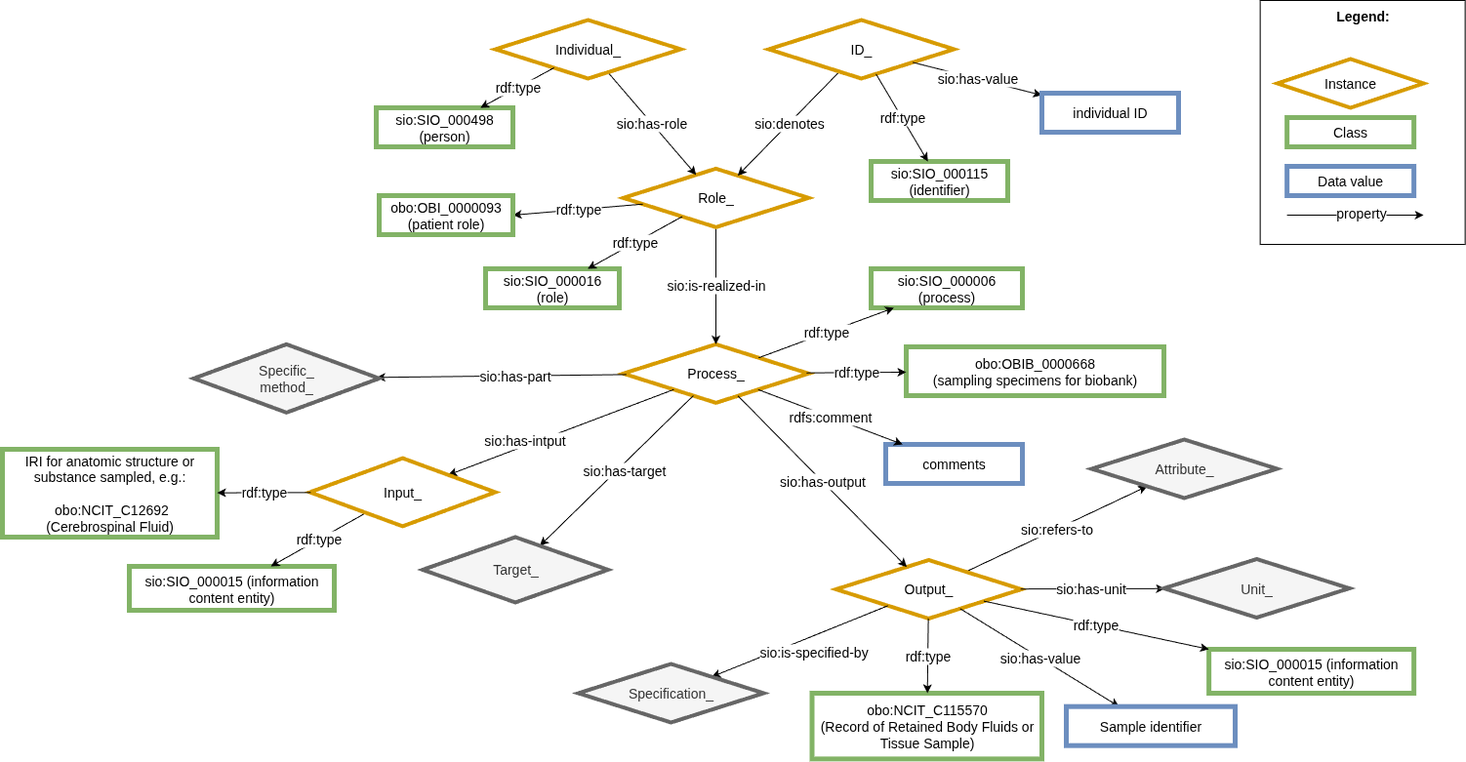
This is images/CARE-SM-Biobank.drawio.png from CARE-SM/CARE-Semantic-Model, a draw.io export, as it was before one commit. Source tidied: cells renumbered, new cells last; positions are measured from the earlier drawing's top-left corner, leaving out a move shared by most shapes.
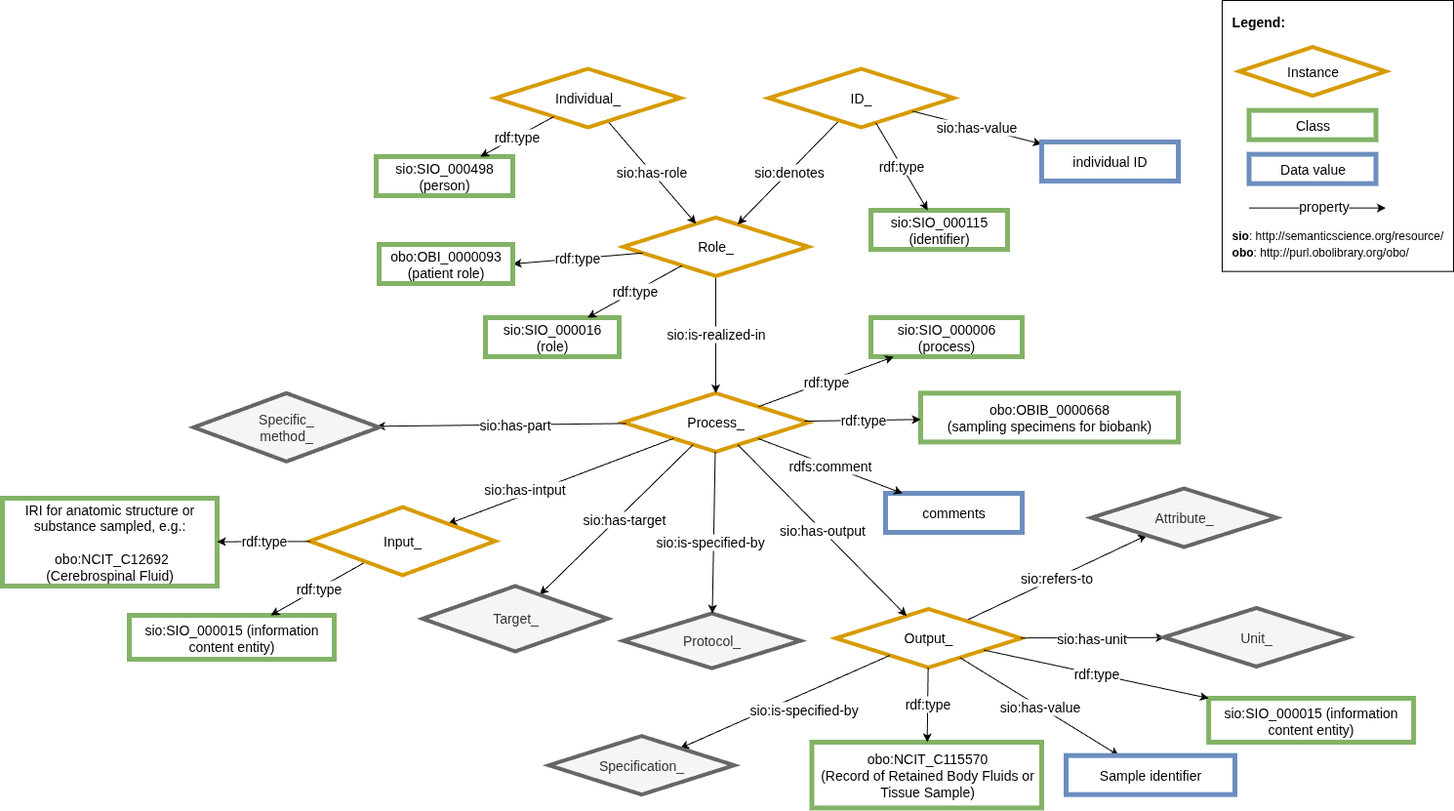
The same file after the commit.

Diff of the diagram source:
```diff
@@ -64,7 +64,7 @@
       </mxGeometry>
     </mxCell>
     <mxCell id="21" value="Specification_" style="rhombus;whiteSpace=wrap;html=1;fillColor=#f5f5f5;strokeColor=#666666;perimeter=rhombusPerimeter;arcSize=20;comic=0;enumerate=0;strokeWidth=4;rounded=0;fontSize=14;fontColor=#333333;" parent="1" vertex="1">
-      <mxGeometry x="590" y="680" width="190" height="60" as="geometry" />
+      <mxGeometry x="560" y="703.7" width="190" height="60" as="geometry" />
     </mxCell>
     <mxCell id="22" style="edgeStyle=none;rounded=0;jettySize=auto;html=1;fontSize=14;" parent="1" edge="1" source="3" target="48">
       <mxGeometry relative="1" as="geometry" />
@@ -74,24 +74,6 @@
         <mxPoint x="13" y="-1" as="offset" />
       </mxGeometry>
     </mxCell>
-    <mxCell id="24" value="&lt;div style=&quot;text-align: left; font-size: 14px;&quot;&gt;&lt;span style=&quot;background-color: initial; font-size: 14px;&quot;&gt;&lt;b style=&quot;font-size: 14px;&quot;&gt;&lt;font style=&quot;font-size: 14px;&quot;&gt;Legend:&lt;/font&gt;&lt;/b&gt;&lt;/span&gt;&lt;/div&gt;&lt;div style=&quot;text-align: left; font-size: 14px;&quot;&gt;&lt;span style=&quot;background-color: initial; font-size: 14px;&quot;&gt;&lt;br style=&quot;font-size: 14px;&quot;&gt;&lt;/span&gt;&lt;/div&gt;&lt;div style=&quot;text-align: left; font-size: 14px;&quot;&gt;&lt;span style=&quot;background-color: initial; font-size: 14px;&quot;&gt;&lt;br style=&quot;font-size: 14px;&quot;&gt;&lt;/span&gt;&lt;/div&gt;&lt;div style=&quot;text-align: left; font-size: 14px;&quot;&gt;&lt;span style=&quot;background-color: initial; font-size: 14px;&quot;&gt;&lt;br style=&quot;font-size: 14px;&quot;&gt;&lt;/span&gt;&lt;/div&gt;&lt;div style=&quot;text-align: left; font-size: 14px;&quot;&gt;&lt;br style=&quot;font-size: 14px;&quot;&gt;&lt;/div&gt;&lt;div style=&quot;text-align: left; font-size: 14px;&quot;&gt;&lt;br style=&quot;font-size: 14px;&quot;&gt;&lt;/div&gt;&lt;div style=&quot;text-align: left; font-size: 14px;&quot;&gt;&lt;br style=&quot;font-size: 14px;&quot;&gt;&lt;/div&gt;&lt;div style=&quot;text-align: left; font-size: 14px;&quot;&gt;&lt;br style=&quot;font-size: 14px;&quot;&gt;&lt;/div&gt;&lt;div style=&quot;text-align: left; font-size: 14px;&quot;&gt;&lt;br style=&quot;font-size: 14px;&quot;&gt;&lt;/div&gt;&lt;div style=&quot;text-align: left; font-size: 14px;&quot;&gt;&lt;span style=&quot;background-color: initial; font-size: 14px;&quot;&gt;&lt;br style=&quot;font-size: 14px;&quot;&gt;&lt;/span&gt;&lt;/div&gt;&lt;div style=&quot;text-align: left; font-size: 14px;&quot;&gt;&lt;span style=&quot;background-color: initial; font-size: 14px;&quot;&gt;&lt;br style=&quot;font-size: 14px;&quot;&gt;&lt;/span&gt;&lt;/div&gt;&lt;div style=&quot;text-align: left; font-size: 14px;&quot;&gt;&lt;span style=&quot;background-color: initial; font-size: 14px;&quot;&gt;&lt;br style=&quot;font-size: 14px;&quot;&gt;&lt;/span&gt;&lt;/div&gt;&lt;div style=&quot;text-align: left; font-size: 14px;&quot;&gt;&lt;span style=&quot;background-color: initial; font-size: 14px;&quot;&gt;&lt;br style=&quot;font-size: 14px;&quot;&gt;&lt;/span&gt;&lt;/div&gt;&lt;div style=&quot;text-align: left; font-size: 14px;&quot;&gt;&lt;span style=&quot;background-color: initial; font-size: 14px;&quot;&gt;&lt;br style=&quot;font-size: 14px;&quot;&gt;&lt;/span&gt;&lt;/div&gt;" style="rounded=0;whiteSpace=wrap;html=1;fontSize=14;" parent="1" vertex="1">
-      <mxGeometry x="1288.6" width="210" height="250" as="geometry" />
-    </mxCell>
-    <mxCell id="25" value="Class" style="whiteSpace=wrap;html=1;fillColor=#FFFFFF;strokeColor=#82b366;strokeWidth=5;fontSize=14;" parent="1" vertex="1">
-      <mxGeometry x="1316.1" y="120" width="130" height="30" as="geometry" />
-    </mxCell>
-    <mxCell id="26" value="Instance" style="rhombus;whiteSpace=wrap;html=1;fillColor=#FFFFFF;strokeColor=#D79B00;rotation=0;perimeter=rhombusPerimeter;arcSize=20;comic=0;enumerate=0;strokeWidth=4;rounded=0;fontSize=14;" parent="1" vertex="1">
-      <mxGeometry x="1306.1" y="60" width="150" height="50" as="geometry" />
-    </mxCell>
-    <mxCell id="27" value="Data value" style="whiteSpace=wrap;html=1;fillColor=#FFFFFF;strokeColor=#6c8ebf;strokeWidth=5;fontSize=14;" parent="1" vertex="1">
-      <mxGeometry x="1316.1" y="170" width="130" height="30" as="geometry" />
-    </mxCell>
-    <mxCell id="28" value="property" style="rounded=0;orthogonalLoop=1;jettySize=auto;html=1;exitX=1;exitY=1;exitDx=0;exitDy=0;fontSize=14;" parent="1" edge="1">
-      <mxGeometry x="0.09" y="2" relative="1" as="geometry">
-        <mxPoint x="1316.1" y="220" as="sourcePoint" />
-        <mxPoint x="1456.1" y="220" as="targetPoint" />
-      </mxGeometry>
-    </mxCell>
     <mxCell id="29" value="rdf:type" style="edgeStyle=none;rounded=0;jettySize=auto;html=1;fontSize=14;" parent="1" edge="1" source="12" target="16">
       <mxGeometry relative="1" as="geometry" />
     </mxCell>
@@ -139,7 +121,7 @@
       <mxGeometry x="1065" y="95" width="140" height="40" as="geometry" />
     </mxCell>
     <mxCell id="43" value="obo:OBIB_0000668&lt;div&gt;(sampling specimens for biobank)&lt;/div&gt;" style="whiteSpace=wrap;html=1;fillColor=#FFFFFF;strokeColor=#82b366;strokeWidth=5;fontSize=14;" parent="1" vertex="1">
-      <mxGeometry x="926" y="355" width="264" height="50" as="geometry" />
+      <mxGeometry x="941" y="352.4" width="264" height="50" as="geometry" />
     </mxCell>
     <mxCell id="44" value="rdf:type" style="edgeStyle=none;rounded=0;jettySize=auto;html=1;fontSize=14;" parent="1" edge="1" source="4" target="43">
       <mxGeometry relative="1" as="geometry" />
@@ -186,5 +168,34 @@
     <mxCell id="58" value="rdf:type" style="edgeStyle=none;rounded=0;jettySize=auto;html=1;fontSize=14;" parent="1" edge="1" source="3" target="7">
       <mxGeometry relative="1" as="geometry" />
     </mxCell>
+    <mxCell id="59" value="&lt;div style=&quot;text-align: left; font-size: 14px;&quot;&gt;&lt;span style=&quot;background-color: initial; font-size: 14px;&quot;&gt;&lt;b style=&quot;font-size: 14px;&quot;&gt;&lt;font style=&quot;font-size: 14px;&quot;&gt;Legend:&lt;/font&gt;&lt;/b&gt;&lt;/span&gt;&lt;/div&gt;&lt;div style=&quot;text-align: left; font-size: 14px;&quot;&gt;&lt;span style=&quot;background-color: initial; font-size: 14px;&quot;&gt;&lt;br style=&quot;font-size: 14px;&quot;&gt;&lt;/span&gt;&lt;/div&gt;&lt;div style=&quot;text-align: left; font-size: 14px;&quot;&gt;&lt;span style=&quot;background-color: initial; font-size: 14px;&quot;&gt;&lt;br style=&quot;font-size: 14px;&quot;&gt;&lt;/span&gt;&lt;/div&gt;&lt;div style=&quot;text-align: left; font-size: 14px;&quot;&gt;&lt;span style=&quot;background-color: initial; font-size: 14px;&quot;&gt;&lt;br style=&quot;font-size: 14px;&quot;&gt;&lt;/span&gt;&lt;/div&gt;&lt;div style=&quot;text-align: left; font-size: 14px;&quot;&gt;&lt;br style=&quot;font-size: 14px;&quot;&gt;&lt;/div&gt;&lt;div style=&quot;text-align: left; font-size: 14px;&quot;&gt;&lt;br style=&quot;font-size: 14px;&quot;&gt;&lt;/div&gt;&lt;div style=&quot;text-align: left; font-size: 14px;&quot;&gt;&lt;br style=&quot;font-size: 14px;&quot;&gt;&lt;/div&gt;&lt;div style=&quot;text-align: left; font-size: 14px;&quot;&gt;&lt;br style=&quot;font-size: 14px;&quot;&gt;&lt;/div&gt;&lt;div style=&quot;text-align: left; font-size: 14px;&quot;&gt;&lt;br style=&quot;font-size: 14px;&quot;&gt;&lt;/div&gt;&lt;div style=&quot;text-align: left; font-size: 14px;&quot;&gt;&lt;span style=&quot;background-color: initial; font-size: 14px;&quot;&gt;&lt;br style=&quot;font-size: 14px;&quot;&gt;&lt;/span&gt;&lt;/div&gt;&lt;div style=&quot;text-align: left; font-size: 14px;&quot;&gt;&lt;span style=&quot;background-color: initial; font-size: 14px;&quot;&gt;&lt;br style=&quot;font-size: 14px;&quot;&gt;&lt;/span&gt;&lt;/div&gt;&lt;div style=&quot;text-align: left; font-size: 14px;&quot;&gt;&lt;span style=&quot;background-color: initial; font-size: 14px;&quot;&gt;&lt;br style=&quot;font-size: 14px;&quot;&gt;&lt;/span&gt;&lt;/div&gt;&lt;div style=&quot;text-align: left; font-size: 14px;&quot;&gt;&lt;span style=&quot;background-color: initial; font-size: 14px;&quot;&gt;&lt;br style=&quot;font-size: 14px;&quot;&gt;&lt;/span&gt;&lt;/div&gt;&lt;div style=&quot;text-align: left; font-size: 14px;&quot;&gt;&lt;b style=&quot;background-color: transparent; color: light-dark(rgb(0, 0, 0), rgb(255, 255, 255)); font-size: 12px; text-align: center;&quot;&gt;sio&lt;/b&gt;&lt;span style=&quot;background-color: transparent; color: light-dark(rgb(0, 0, 0), rgb(255, 255, 255)); font-size: 12px; text-align: center;&quot;&gt;: http://semanticscience.org/resource/&lt;/span&gt;&lt;/div&gt;&lt;div style=&quot;text-align: left;&quot;&gt;&lt;span style=&quot;font-size: 12px; background-color: transparent; color: light-dark(rgb(0, 0, 0), rgb(255, 255, 255)); text-align: center;&quot;&gt;&lt;b&gt;obo&lt;/b&gt;:&amp;nbsp;&lt;/span&gt;&lt;span style=&quot;background-color: transparent; text-align: center; font-size: 12px;&quot;&gt;http://purl.obolibrary.org/obo/&lt;/span&gt;&lt;/div&gt;" style="rounded=0;whiteSpace=wrap;html=1;fontSize=14;" parent="1" vertex="1">
+      <mxGeometry x="1250" y="-50" width="237" height="277.6" as="geometry" />
+    </mxCell>
+    <mxCell id="25" value="Class" style="whiteSpace=wrap;html=1;fillColor=#FFFFFF;strokeColor=#82b366;strokeWidth=5;fontSize=14;" parent="1" vertex="1">
+      <mxGeometry x="1277.5" y="62.6" width="130" height="30" as="geometry" />
+    </mxCell>
+    <mxCell id="26" value="Instance" style="rhombus;whiteSpace=wrap;html=1;fillColor=#FFFFFF;strokeColor=#D79B00;rotation=0;perimeter=rhombusPerimeter;arcSize=20;comic=0;enumerate=0;strokeWidth=4;rounded=0;fontSize=14;" parent="1" vertex="1">
+      <mxGeometry x="1267.5" y="-2.4" width="150" height="50" as="geometry" />
+    </mxCell>
+    <mxCell id="27" value="Data value" style="whiteSpace=wrap;html=1;fillColor=#FFFFFF;strokeColor=#6c8ebf;strokeWidth=5;fontSize=14;" parent="1" vertex="1">
+      <mxGeometry x="1277.5" y="107.6" width="130" height="30" as="geometry" />
+    </mxCell>
+    <mxCell id="28" value="property" style="rounded=0;orthogonalLoop=1;jettySize=auto;html=1;exitX=1;exitY=1;exitDx=0;exitDy=0;fontSize=14;" parent="1" edge="1">
+      <mxGeometry x="0.09" y="2" relative="1" as="geometry">
+        <mxPoint x="1277.5" y="162.6" as="sourcePoint" />
+        <mxPoint x="1417.5" y="162.6" as="targetPoint" />
+      </mxGeometry>
+    </mxCell>
+    <mxCell id="60" value="Protocol_" style="rhombus;whiteSpace=wrap;html=1;fillColor=#f5f5f5;strokeColor=#666666;perimeter=rhombusPerimeter;arcSize=20;comic=0;enumerate=0;strokeWidth=4;rounded=0;fontSize=14;fontColor=#333333;" parent="1" vertex="1">
+      <mxGeometry x="636" y="578" width="182" height="56.2" as="geometry" />
+    </mxCell>
+    <mxCell id="61" style="edgeStyle=none;rounded=0;jettySize=auto;html=1;strokeWidth=1;fontSize=14;" parent="1" edge="1" source="4" target="60">
+      <mxGeometry relative="1" as="geometry" />
+    </mxCell>
+    <mxCell id="62" value="sio:is-specified-by" style="edgeLabel;html=1;align=center;verticalAlign=middle;fontSize=14;" parent="61" vertex="1">
+      <mxGeometry x="-0.21" y="-1" relative="1" as="geometry">
+        <mxPoint x="-4" y="26" as="offset" />
+      </mxGeometry>
+    </mxCell>
   </root>
 </mxGraphModel>
```
